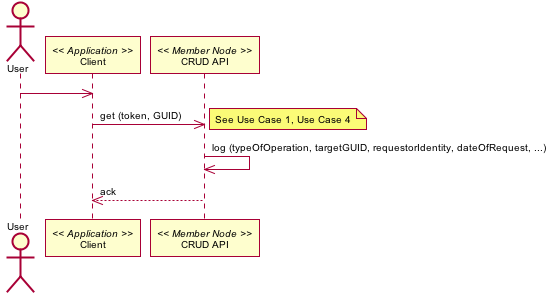
Earlier version of the PlantUML export source/UseCases/images/16_interaction.png (datadavev/DataONE_architecture).
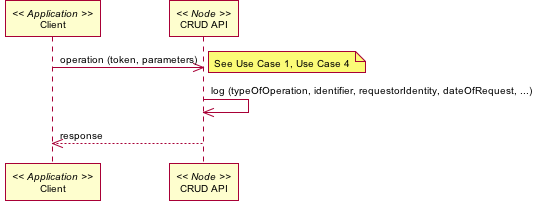
Above is the later version.

Diff of the diagram source:
```diff
@@ -56,14 +56,12 @@
 skinparam usecaseArrowFontColor black
 skinparam usecaseArrowFontSize 10
 skinparam usecaseArrowFontName arial
-actor User
 participant "Client" as app_client << Application >>
-User -> app_client
-participant "CRUD API" as m_crud << Member Node >>
-app_client -> m_crud: get (token, GUID)
+participant "CRUD API" as m_crud << Node >>
+app_client -> m_crud: operation (token, parameters)
 note right
 See Use Case 1, Use Case 4
 end note
-m_crud -> m_crud: log (typeOfOperation, targetGUID, requestorIdentity, dateOfRequest, ...)
-m_crud --> app_client: ack
+m_crud -> m_crud: log (typeOfOperation, identifier, requestorIdentity, dateOfRequest, ...)
+m_crud --> app_client: response
 @enduml
```
